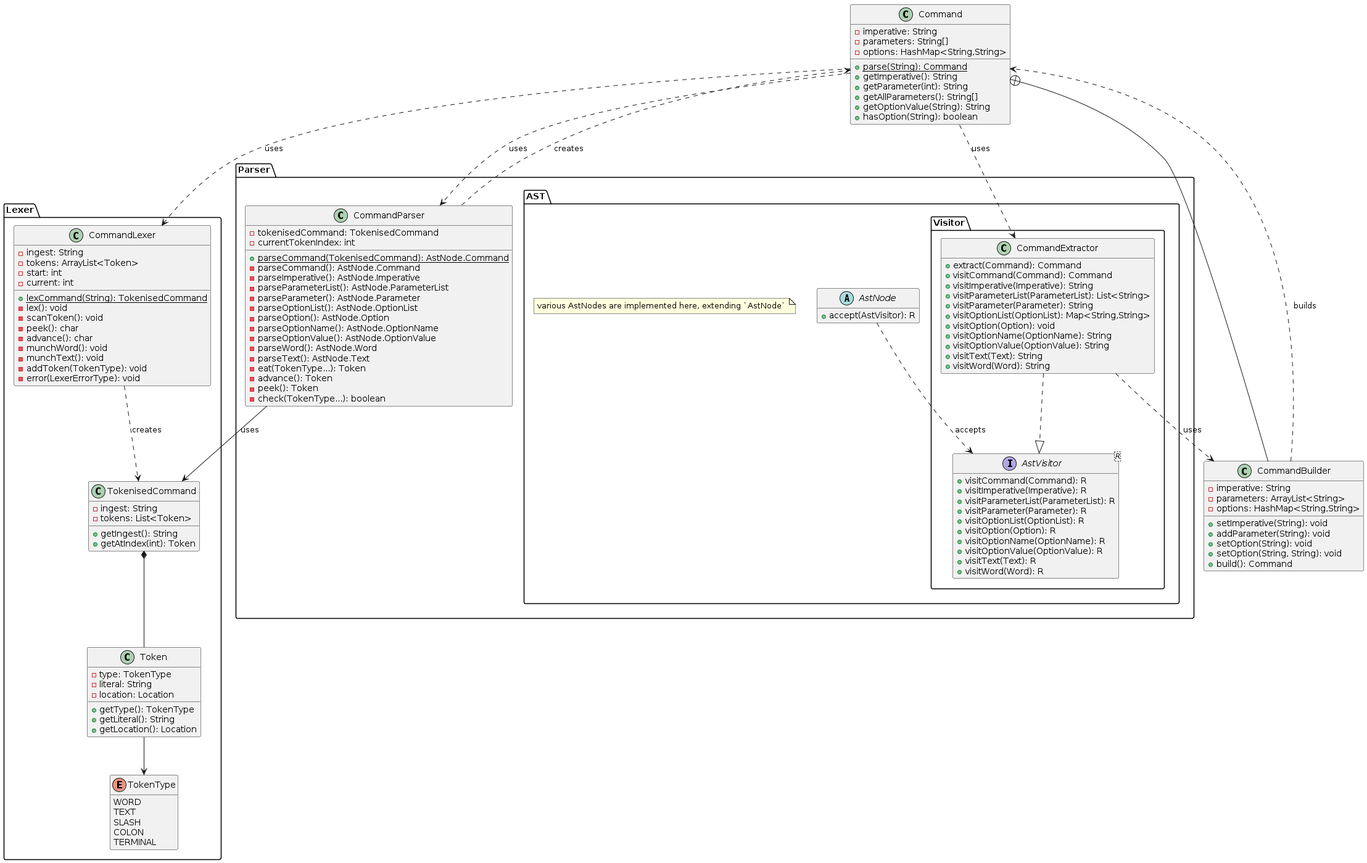
AY2526S1-CS2103T-T13-2/tp keeps this PlantUML diagram as diagrams/assembly/RecognitionStructure.png. Above is the earlier version. Its source is kept beside it as diagrams/assembly/RecognitionStructure.puml.
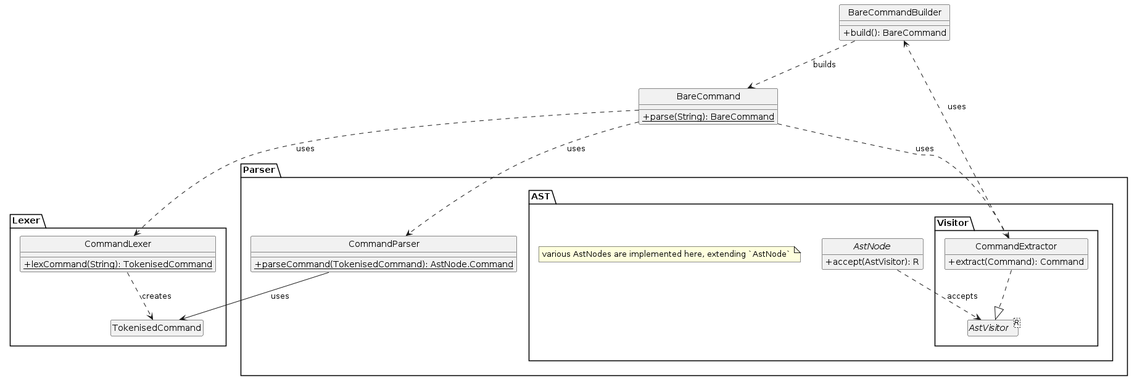
The same diagram one commit later.

Diff of the diagram source:
```diff
@@ -1,73 +1,25 @@
 @startuml
+skinparam style strictuml
+skinparam classAttributeIconSize 0
+hide empty members
 !define ABSTRACT_CLASS abstract class
 !define INTERFACE interface
 !define ABSTRACT_METHOD {abstract}
 
 package "Lexer" {
     class CommandLexer {
-        - ingest: String
-        - tokens: ArrayList<Token>
-        - start: int
-        - current: int
         __
         + {static} lexCommand(String): TokenisedCommand
-        - lex(): void
-        - scanToken(): void
-        - peek(): char
-        - advance(): char
-        - munchWord(): void
-        - munchText(): void
-        - addToken(TokenType): void
-        - error(LexerErrorType): void
     }
 
     class TokenisedCommand {
-        - ingest: String
-        - tokens: List<Token>
-        __
-        + getIngest(): String
-        + getAtIndex(int): Token
-    }
-
-    class Token {
-        - type: TokenType
-        - literal: String
-        - location: Location
-        __
-        + getType(): TokenType
-        + getLiteral(): String
-        + getLocation(): Location
-    }
-
-    enum TokenType {
-        WORD
-        TEXT
-        SLASH
-        COLON
-        TERMINAL
     }
 }
 
 package "Parser" {
     class CommandParser {
-        - tokenisedCommand: TokenisedCommand
-        - currentTokenIndex: int
         __
         + {static} parseCommand(TokenisedCommand): AstNode.Command
-        - parseCommand(): AstNode.Command
-        - parseImperative(): AstNode.Imperative
-        - parseParameterList(): AstNode.ParameterList
-        - parseParameter(): AstNode.Parameter
-        - parseOptionList(): AstNode.OptionList
-        - parseOption(): AstNode.Option
-        - parseOptionName(): AstNode.OptionName
-        - parseOptionValue(): AstNode.OptionValue
-        - parseWord(): AstNode.Word
-        - parseText(): AstNode.Text
-        - eat(TokenType...): Token
-        - advance(): Token
-        - peek(): Token
-        - check(TokenType...): boolean
     }
 
     package "AST" {
@@ -79,77 +31,37 @@
 
         package "Visitor" {
             INTERFACE "AstVisitor<R>" as AstVisitor {
-                + visitCommand(Command): R
-                + visitImperative(Imperative): R
-                + visitParameterList(ParameterList): R
-                + visitParameter(Parameter): R
-                + visitOptionList(OptionList): R
-                + visitOption(Option): R
-                + visitOptionName(OptionName): R
-                + visitOptionValue(OptionValue): R
-                + visitText(Text): R
-                + visitWord(Word): R
             }
 
             class CommandExtractor {
                 + extract(Command): Command
-                + visitCommand(Command): Command
-                + visitImperative(Imperative): String
-                + visitParameterList(ParameterList): List<String>
-                + visitParameter(Parameter): String
-                + visitOptionList(OptionList): Map<String,String>
-                + visitOption(Option): void
-                + visitOptionName(OptionName): String
-                + visitOptionValue(OptionValue): String
-                + visitText(Text): String
-                + visitWord(Word): String
             }
         }
     }
 }
 
-class Command {
-    - imperative: String
-    - parameters: String[]
-    - options: HashMap<String,String>
+class BareCommand {
     __
-    + {static} parse(String): Command
-    + getImperative(): String
-    + getParameter(int): String
-    + getAllParameters(): String[]
-    + getOptionValue(String): String
-    + hasOption(String): boolean
+    + {static} parse(String): BareCommand
 }
 
-class CommandBuilder {
-    - imperative: String
-    - parameters: ArrayList<String>
-    - options: HashMap<String,String>
+class BareCommandBuilder {
     __
-    + setImperative(String): void
-    + addParameter(String): void
-    + setOption(String): void
-    + setOption(String, String): void
-    + build(): Command
+    + build(): BareCommand
 }
 
 CommandLexer ..> TokenisedCommand : creates
-TokenisedCommand *-- Token
-Token --> TokenType
 
 CommandParser --> TokenisedCommand : uses
 
-CommandParser ..> Command : creates
-
 CommandExtractor ..|> AstVisitor
 AstNode ..> AstVisitor : accepts
-CommandExtractor ..> CommandBuilder : uses
+CommandExtractor ..> BareCommandBuilder : uses
 
-Command +-- CommandBuilder
-Command ..> CommandLexer : uses
-Command ..> CommandParser : uses
-Command ..> CommandExtractor : uses
-CommandBuilder ..> Command : builds
+BareCommand ..> CommandLexer : uses
+BareCommand ..> CommandParser : uses
+BareCommand ..> CommandExtractor : uses
+BareCommandBuilder ..> BareCommand : builds
 
 hide empty members
 
```
